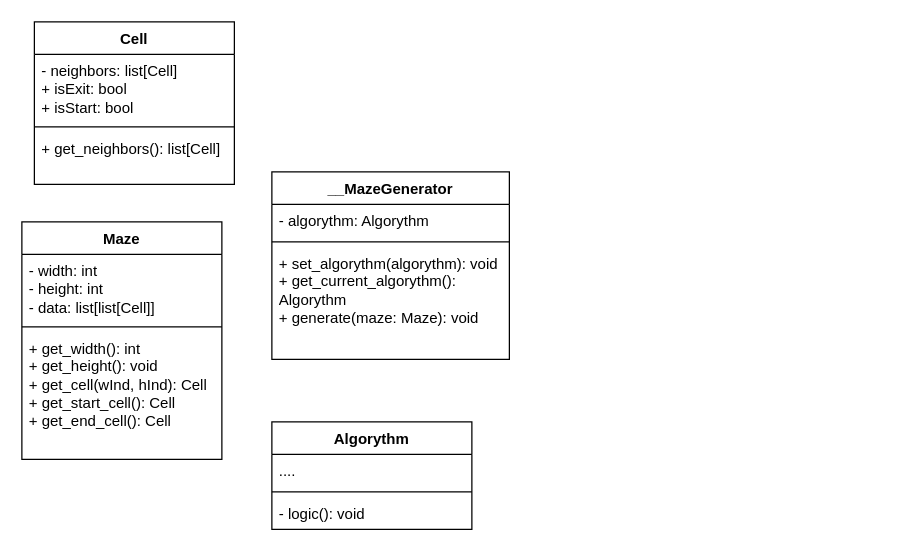
This is extra/uml_design/uml.drawio from zonixx-it/maze-project, a draw.io file, before an edit. Source tidied: cells renumbered, new cells numbered last; positions are measured from the earlier drawing's top-left corner, leaving out a move shared by most shapes. Both pictures are drawn from the tidied source at 125%, with x=0, y=0 at pixel (21, 21).
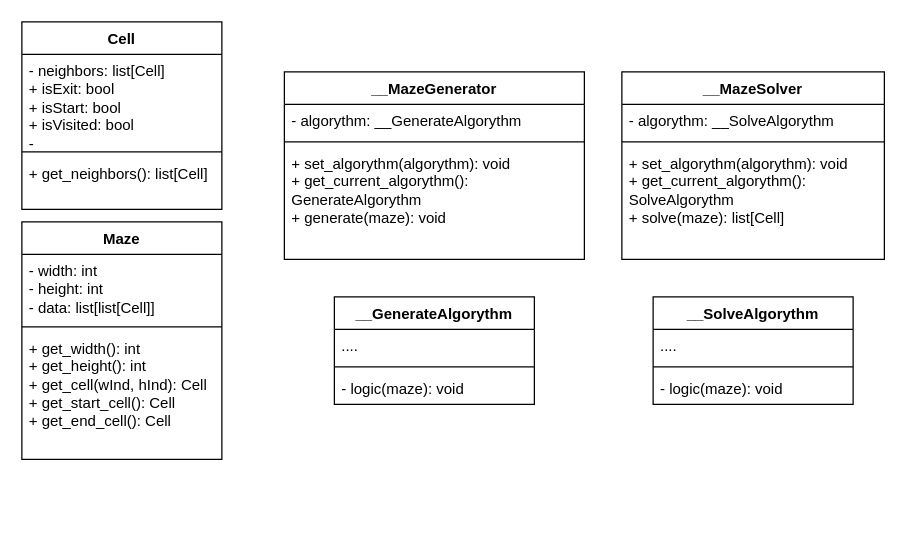
After the change.

Commit message:
docs: add new classes to UML

- Add MazeSolver and SolveAlgorythm classes
- Rename Algorythm class to GenerateAlgorythm class
- Fix syntax mistakes

The change refers to these unchanged cells:
```xml
<mxCell id="2" value="Maze" style="swimlane;fontStyle=1;align=center;verticalAlign=top;horizontal=1;startSize=26;whiteSpace=wrap;html=1;" parent="1" vertex="1">
  <mxGeometry y="160" width="160" height="190" as="geometry" />
</mxCell>
```

Change to the diagram source:
```diff
@@
-    <mxCell id="5" value="&lt;div&gt;+ get_width(): int&lt;/div&gt;&lt;div&gt;+ get_height(): void&lt;/div&gt;&lt;div&gt;+ get_cell(wInd, hInd): Cell&lt;/div&gt;&lt;div&gt;+ get_start_cell(): Cell&lt;/div&gt;&lt;div&gt;+ get_end_cell(): Cell&lt;/div&gt;&lt;div&gt;&lt;br&gt;&lt;/div&gt;" style="text;strokeColor=none;fillColor=none;align=left;verticalAlign=top;spacingLeft=4;spacingRight=4;overflow=hidden;whiteSpace=wrap;html=1;" parent="2" vertex="1">
+    <mxCell id="5" value="&lt;div&gt;+ get_width(): int&lt;/div&gt;&lt;div&gt;+ get_height(): int&lt;/div&gt;&lt;div&gt;+ get_cell(wInd, hInd): Cell&lt;/div&gt;&lt;div&gt;+ get_start_cell(): Cell&lt;/div&gt;&lt;div&gt;+ get_end_cell(): Cell&lt;/div&gt;&lt;div&gt;&lt;br&gt;&lt;/div&gt;" style="text;strokeColor=none;fillColor=none;align=left;verticalAlign=top;spacingLeft=4;spacingRight=4;overflow=hidden;whiteSpace=wrap;html=1;" parent="2" vertex="1">
       <mxGeometry y="88" width="160" height="102" as="geometry" />
     </mxCell>
     <mxCell id="6" value="__MazeGenerator" style="swimlane;fontStyle=1;align=center;verticalAlign=top;horizontal=1;startSize=26;whiteSpace=wrap;html=1;" parent="1" vertex="1">
-      <mxGeometry x="200" y="120" width="190" height="150" as="geometry" />
+      <mxGeometry x="210" y="40" width="240" height="150" as="geometry" />
     </mxCell>
-    <mxCell id="7" value="- algorythm: Algorythm" style="text;strokeColor=none;fillColor=none;align=left;verticalAlign=top;spacingLeft=4;spacingRight=4;overflow=hidden;whiteSpace=wrap;html=1;" parent="6" vertex="1">
-      <mxGeometry y="26" width="190" height="26" as="geometry" />
+    <mxCell id="7" value="- algorythm: __GenerateAlgorythm" style="text;strokeColor=none;fillColor=none;align=left;verticalAlign=top;spacingLeft=4;spacingRight=4;overflow=hidden;whiteSpace=wrap;html=1;" parent="6" vertex="1">
+      <mxGeometry y="26" width="240" height="26" as="geometry" />
     </mxCell>
     <mxCell id="8" style="line;strokeWidth=1;fillColor=none;align=left;verticalAlign=middle;spacingTop=-1;spacingLeft=3;spacingRight=3;labelPosition=right;strokeColor=inherit;" parent="6" vertex="1">
-      <mxGeometry y="52" width="190" height="8" as="geometry" />
+      <mxGeometry y="52" width="240" height="8" as="geometry" />
     </mxCell>
-    <mxCell id="9" value="&lt;div&gt;+ set_algorythm(algorythm): void&lt;/div&gt;&lt;div&gt;+ get_current_algorythm(): Algorythm&lt;/div&gt;&lt;div&gt;+ generate(maze: Maze): void&lt;/div&gt;&lt;div&gt;&lt;br&gt;&lt;/div&gt;" style="text;strokeColor=none;fillColor=none;align=left;verticalAlign=top;spacingLeft=4;spacingRight=4;overflow=hidden;whiteSpace=wrap;html=1;" parent="6" vertex="1">
-      <mxGeometry y="60" width="190" height="90" as="geometry" />
+    <mxCell id="9" value="&lt;div&gt;+ set_algorythm(algorythm): void&lt;/div&gt;&lt;div&gt;+ get_current_algorythm(): GenerateAlgorythm&lt;/div&gt;&lt;div&gt;+ generate(maze): void&lt;/div&gt;&lt;div&gt;&lt;br&gt;&lt;/div&gt;" style="text;strokeColor=none;fillColor=none;align=left;verticalAlign=top;spacingLeft=4;spacingRight=4;overflow=hidden;whiteSpace=wrap;html=1;" parent="6" vertex="1">
+      <mxGeometry y="60" width="240" height="90" as="geometry" />
     </mxCell>
     <mxCell id="10" value="Cell" style="swimlane;fontStyle=1;align=center;verticalAlign=top;horizontal=1;startSize=26;whiteSpace=wrap;html=1;" parent="1" vertex="1">
-      <mxGeometry x="10" width="160" height="130" as="geometry" />
+      <mxGeometry width="160" height="150" as="geometry" />
     </mxCell>
-    <mxCell id="11" value="&lt;div&gt;- neighbors: list[Cell]&lt;/div&gt;&lt;div&gt;+ isExit: bool&lt;/div&gt;&lt;div&gt;+ isStart: bool&lt;/div&gt;" style="text;strokeColor=none;fillColor=none;align=left;verticalAlign=top;spacingLeft=4;spacingRight=4;overflow=hidden;whiteSpace=wrap;html=1;" parent="10" vertex="1">
-      <mxGeometry y="26" width="160" height="54" as="geometry" />
+    <mxCell id="11" value="&lt;div&gt;- neighbors: list[Cell]&lt;/div&gt;&lt;div&gt;+ isExit: bool&lt;/div&gt;&lt;div&gt;+ isStart: bool&lt;/div&gt;&lt;div&gt;+ isVisited: bool&lt;/div&gt;&lt;div&gt;-&lt;/div&gt;" style="text;strokeColor=none;fillColor=none;align=left;verticalAlign=top;spacingLeft=4;spacingRight=4;overflow=hidden;whiteSpace=wrap;html=1;" parent="10" vertex="1">
+      <mxGeometry y="26" width="160" height="74" as="geometry" />
     </mxCell>
     <mxCell id="12" style="line;strokeWidth=1;fillColor=none;align=left;verticalAlign=middle;spacingTop=-1;spacingLeft=3;spacingRight=3;labelPosition=right;strokeColor=inherit;" parent="10" vertex="1">
-      <mxGeometry y="80" width="160" height="8" as="geometry" />
+      <mxGeometry y="100" width="160" height="8" as="geometry" />
     </mxCell>
     <mxCell id="13" value="+ get_neighbors(): list[Cell]" style="text;strokeColor=none;fillColor=none;align=left;verticalAlign=top;spacingLeft=4;spacingRight=4;overflow=hidden;whiteSpace=wrap;html=1;" parent="10" vertex="1">
-      <mxGeometry y="88" width="160" height="42" as="geometry" />
+      <mxGeometry y="108" width="160" height="42" as="geometry" />
     </mxCell>
-    <mxCell id="14" value="Algorythm" style="swimlane;fontStyle=1;align=center;verticalAlign=top;horizontal=1;startSize=26;whiteSpace=wrap;html=1;" parent="1" vertex="1">
-      <mxGeometry x="200" y="320" width="160" height="86" as="geometry" />
+    <mxCell id="14" value="__GenerateAlgorythm" style="swimlane;fontStyle=1;align=center;verticalAlign=top;horizontal=1;startSize=26;whiteSpace=wrap;html=1;" parent="1" vertex="1">
+      <mxGeometry x="250" y="220" width="160" height="86" as="geometry" />
     </mxCell>
@@
-    <mxCell id="17" value="- logic(): void" style="text;strokeColor=none;fillColor=none;align=left;verticalAlign=top;spacingLeft=4;spacingRight=4;overflow=hidden;whiteSpace=wrap;html=1;" parent="14" vertex="1">
+    <mxCell id="17" value="- logic(maze): void" style="text;strokeColor=none;fillColor=none;align=left;verticalAlign=top;spacingLeft=4;spacingRight=4;overflow=hidden;whiteSpace=wrap;html=1;" parent="14" vertex="1">
       <mxGeometry y="60" width="160" height="26" as="geometry" />
     </mxCell>
+    <mxCell id="18" value="__SolveAlgorythm" style="swimlane;fontStyle=1;align=center;verticalAlign=top;horizontal=1;startSize=26;whiteSpace=wrap;html=1;" parent="1" vertex="1">
+      <mxGeometry x="505" y="220" width="160" height="86" as="geometry" />
+    </mxCell>
+    <mxCell id="19" value="...." style="text;strokeColor=none;fillColor=none;align=left;verticalAlign=top;spacingLeft=4;spacingRight=4;overflow=hidden;whiteSpace=wrap;html=1;" parent="18" vertex="1">
+      <mxGeometry y="26" width="160" height="26" as="geometry" />
+    </mxCell>
+    <mxCell id="20" style="line;strokeWidth=1;fillColor=none;align=left;verticalAlign=middle;spacingTop=-1;spacingLeft=3;spacingRight=3;labelPosition=right;strokeColor=inherit;" parent="18" vertex="1">
+      <mxGeometry y="52" width="160" height="8" as="geometry" />
+    </mxCell>
+    <mxCell id="21" value="- logic(maze): void" style="text;strokeColor=none;fillColor=none;align=left;verticalAlign=top;spacingLeft=4;spacingRight=4;overflow=hidden;whiteSpace=wrap;html=1;" parent="18" vertex="1">
+      <mxGeometry y="60" width="160" height="26" as="geometry" />
+    </mxCell>
+    <mxCell id="22" value="__MazeSolver" style="swimlane;fontStyle=1;align=center;verticalAlign=top;horizontal=1;startSize=26;whiteSpace=wrap;html=1;" parent="1" vertex="1">
+      <mxGeometry x="480" y="40" width="210" height="150" as="geometry" />
+    </mxCell>
+    <mxCell id="23" value="- algorythm: __SolveAlgorythm" style="text;strokeColor=none;fillColor=none;align=left;verticalAlign=top;spacingLeft=4;spacingRight=4;overflow=hidden;whiteSpace=wrap;html=1;" parent="22" vertex="1">
+      <mxGeometry y="26" width="210" height="26" as="geometry" />
+    </mxCell>
+    <mxCell id="24" style="line;strokeWidth=1;fillColor=none;align=left;verticalAlign=middle;spacingTop=-1;spacingLeft=3;spacingRight=3;labelPosition=right;strokeColor=inherit;" parent="22" vertex="1">
+      <mxGeometry y="52" width="210" height="8" as="geometry" />
+    </mxCell>
+    <mxCell id="25" value="&lt;div&gt;+ set_algorythm(algorythm): void&lt;/div&gt;&lt;div&gt;+ get_current_algorythm(): SolveAlgorythm&lt;/div&gt;&lt;div&gt;+ solve(maze): list[Cell]&lt;/div&gt;&lt;div&gt;&lt;br&gt;&lt;/div&gt;" style="text;strokeColor=none;fillColor=none;align=left;verticalAlign=top;spacingLeft=4;spacingRight=4;overflow=hidden;whiteSpace=wrap;html=1;" parent="22" vertex="1">
+      <mxGeometry y="60" width="210" height="90" as="geometry" />
+    </mxCell>
```
